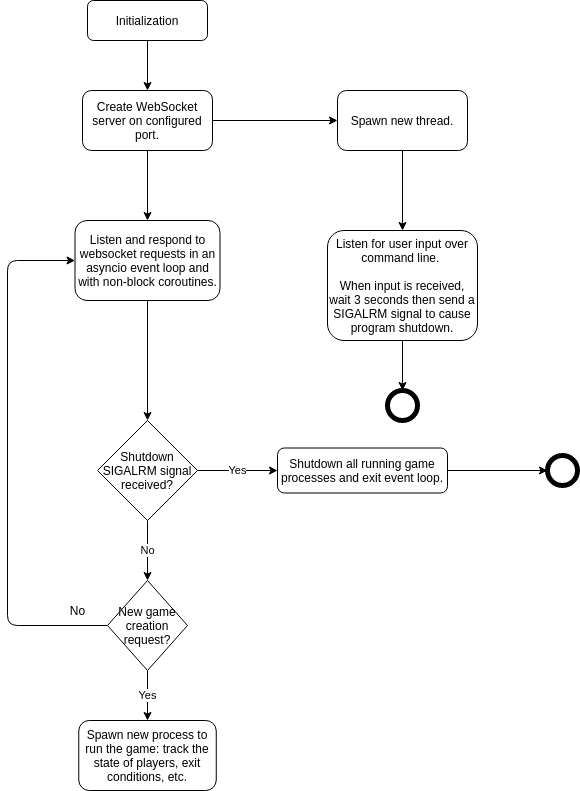
joshkarbi/TypeRacer keeps this draw.io diagram as backend/flowchart.png. Above is the earlier version. Source tidied: cells renumbered, new cells last; positions are measured from the earlier drawing's top-left corner, leaving out a move shared by most shapes. Source of this version:
```xml
<mxGraphModel>
  <root>
    <mxCell id="0" />
    <mxCell id="1" parent="0" />
    <mxCell id="2" value="Initialization" style="rounded=1;whiteSpace=wrap;html=1;fontSize=12;glass=0;strokeWidth=1;shadow=0;" parent="1" vertex="1">
      <mxGeometry x="80" width="120" height="40" as="geometry" />
    </mxCell>
    <mxCell id="3" value="Create WebSocket server on configured port." style="rounded=1;whiteSpace=wrap;html=1;fontSize=12;glass=0;strokeWidth=1;shadow=0;" parent="1" vertex="1">
      <mxGeometry x="75" y="90" width="130" height="60" as="geometry" />
    </mxCell>
    <mxCell id="4" style="endArrow=classic;html=1;entryX=0.5;entryY=0;entryDx=0;entryDy=0;exitX=0.5;exitY=1;exitDx=0;exitDy=0;" parent="1" edge="1" source="2" target="3">
      <mxGeometry relative="1" as="geometry" />
    </mxCell>
    <mxCell id="5" style="endArrow=classic;html=1;exitX=1;exitY=0.5;exitDx=0;exitDy=0;" parent="1" edge="1" source="3">
      <mxGeometry relative="1" as="geometry">
        <mxPoint x="330" y="120" as="targetPoint" />
      </mxGeometry>
    </mxCell>
    <mxCell id="6" value="Spawn new thread." style="rounded=1;whiteSpace=wrap;html=1;fontSize=12;glass=0;strokeWidth=1;shadow=0;" parent="1" vertex="1">
      <mxGeometry x="330" y="90" width="130" height="60" as="geometry" />
    </mxCell>
    <mxCell id="7" style="endArrow=classic;html=1;exitX=0.5;exitY=1;exitDx=0;exitDy=0;" parent="1" edge="1" source="6">
      <mxGeometry relative="1" as="geometry">
        <mxPoint x="395" y="230" as="targetPoint" />
      </mxGeometry>
    </mxCell>
    <mxCell id="8" value="Listen for user input over command line. &lt;br&gt;&lt;br&gt;When input is received, wait 3 seconds then send a SIGALRM signal to cause program shutdown." style="rounded=1;whiteSpace=wrap;html=1;fontSize=12;glass=0;strokeWidth=1;shadow=0;" parent="1" vertex="1">
      <mxGeometry x="320" y="230" width="150" height="110" as="geometry" />
    </mxCell>
    <mxCell id="9" style="endArrow=classic;html=1;exitX=0.5;exitY=1;exitDx=0;exitDy=0;" parent="1" edge="1" source="8">
      <mxGeometry relative="1" as="geometry">
        <mxPoint x="395" y="390" as="targetPoint" />
      </mxGeometry>
    </mxCell>
    <mxCell id="10" style="shape=ellipse;html=1;dashed=0;whitespace=wrap;strokeWidth=5;perimeter=ellipsePerimeter;" parent="1" vertex="1">
      <mxGeometry x="380" y="390" width="30" height="30" as="geometry" />
    </mxCell>
    <mxCell id="11" value="Listen and respond to websocket requests in an asyncio event loop and with non-block coroutines." style="rounded=1;whiteSpace=wrap;html=1;fontSize=12;glass=0;strokeWidth=1;shadow=0;" parent="1" vertex="1">
      <mxGeometry x="67.5" y="220" width="145" height="80" as="geometry" />
    </mxCell>
    <mxCell id="12" style="endArrow=classic;html=1;entryX=0.5;entryY=0;entryDx=0;entryDy=0;exitX=0.5;exitY=1;exitDx=0;exitDy=0;" parent="1" edge="1" source="3" target="11">
      <mxGeometry relative="1" as="geometry" />
    </mxCell>
    <mxCell id="13" style="endArrow=classic;html=1;exitX=0.5;exitY=1;exitDx=0;exitDy=0;" parent="1" edge="1" source="11" target="14">
      <mxGeometry relative="1" as="geometry" />
    </mxCell>
    <mxCell id="14" value="Shutdown SIGALRM signal received?" style="rhombus;whiteSpace=wrap;html=1;" parent="1" vertex="1">
      <mxGeometry x="90" y="420" width="100" height="100" as="geometry" />
    </mxCell>
    <mxCell id="15" value="Yes" style="endArrow=classic;html=1;exitX=1;exitY=0.5;exitDx=0;exitDy=0;" parent="1" edge="1" source="14">
      <mxGeometry relative="1" as="geometry">
        <mxPoint x="270" y="470" as="targetPoint" />
      </mxGeometry>
    </mxCell>
    <mxCell id="16" value="Shutdown all running game processes and exit event loop." style="rounded=1;whiteSpace=wrap;html=1;fontSize=12;glass=0;strokeWidth=1;shadow=0;" parent="1" vertex="1">
      <mxGeometry x="270" y="447.5" width="170" height="45" as="geometry" />
    </mxCell>
    <mxCell id="17" style="shape=ellipse;html=1;dashed=0;whitespace=wrap;strokeWidth=5;perimeter=ellipsePerimeter;" parent="1" vertex="1">
      <mxGeometry x="540" y="455" width="30" height="30" as="geometry" />
    </mxCell>
    <mxCell id="18" style="endArrow=classic;html=1;entryX=0;entryY=0.5;entryDx=0;entryDy=0;exitX=1;exitY=0.5;exitDx=0;exitDy=0;" parent="1" edge="1" source="16" target="17">
      <mxGeometry relative="1" as="geometry" />
    </mxCell>
    <mxCell id="19" value="No" style="endArrow=classic;html=1;exitX=0.5;exitY=1;exitDx=0;exitDy=0;" parent="1" edge="1" source="14">
      <mxGeometry relative="1" as="geometry">
        <mxPoint x="140" y="580" as="targetPoint" />
      </mxGeometry>
    </mxCell>
    <mxCell id="20" value="New game creation request?" style="rhombus;whiteSpace=wrap;html=1;" parent="1" vertex="1">
      <mxGeometry x="100" y="580" width="80" height="90" as="geometry" />
    </mxCell>
    <mxCell id="21" value="Yes" style="endArrow=classic;html=1;exitX=0.5;exitY=1;exitDx=0;exitDy=0;" parent="1" edge="1" source="20">
      <mxGeometry relative="1" as="geometry">
        <mxPoint x="140" y="720" as="targetPoint" />
      </mxGeometry>
    </mxCell>
    <mxCell id="22" value="Spawn new process to run the game: track the state of players, exit conditions, etc." style="rounded=1;whiteSpace=wrap;html=1;fontSize=12;glass=0;strokeWidth=1;shadow=0;" parent="1" vertex="1">
      <mxGeometry x="71.2" y="720" width="137.5" height="70" as="geometry" />
    </mxCell>
    <mxCell id="23" style="endArrow=classic;html=1;entryX=0;entryY=0.5;entryDx=0;entryDy=0;exitX=0;exitY=0.5;exitDx=0;exitDy=0;" parent="1" edge="1" source="20" target="11">
      <mxGeometry relative="1" as="geometry">
        <Array as="points">
          <mxPoint y="625" />
          <mxPoint y="260" />
        </Array>
      </mxGeometry>
    </mxCell>
    <mxCell id="24" value="No" style="text;html=1;align=center;verticalAlign=middle;" parent="1" vertex="1">
      <mxGeometry x="55" y="600" width="30" height="20" as="geometry" />
    </mxCell>
  </root>
</mxGraphModel>
```
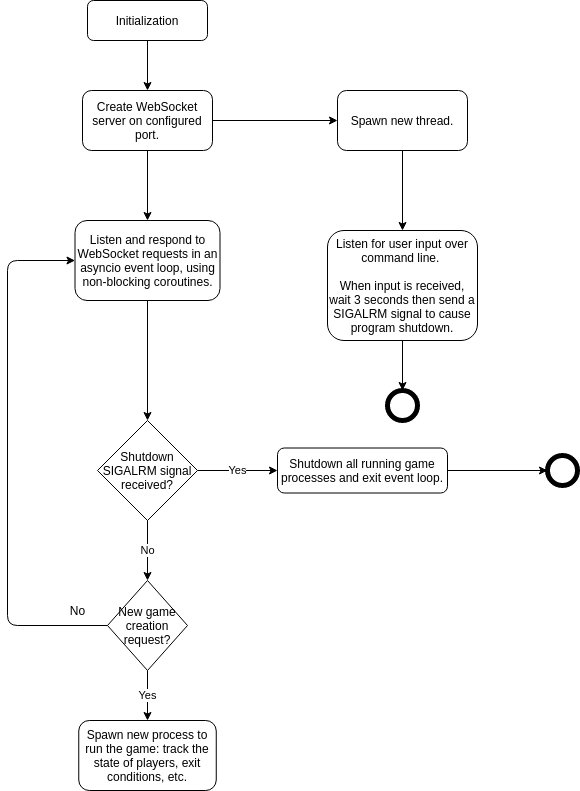
The same diagram one commit later.

Commit message:
Optional security limit on number of processes spawned, fix type in backend flowchart

What changed in the source:
```diff
@@ -35,7 +35,7 @@
     <mxCell id="10" style="shape=ellipse;html=1;dashed=0;whitespace=wrap;strokeWidth=5;perimeter=ellipsePerimeter;" parent="1" vertex="1">
       <mxGeometry x="380" y="390" width="30" height="30" as="geometry" />
     </mxCell>
-    <mxCell id="11" value="Listen and respond to websocket requests in an asyncio event loop and with non-block coroutines." style="rounded=1;whiteSpace=wrap;html=1;fontSize=12;glass=0;strokeWidth=1;shadow=0;" parent="1" vertex="1">
+    <mxCell id="11" value="Listen and respond to WebSocket requests in an asyncio event loop, using non-blocking coroutines." style="rounded=1;whiteSpace=wrap;html=1;fontSize=12;glass=0;strokeWidth=1;shadow=0;" parent="1" vertex="1">
       <mxGeometry x="67.5" y="220" width="145" height="80" as="geometry" />
     </mxCell>
     <mxCell id="12" style="endArrow=classic;html=1;entryX=0.5;entryY=0;entryDx=0;entryDy=0;exitX=0.5;exitY=1;exitDx=0;exitDy=0;" parent="1" edge="1" source="3" target="11">
```
